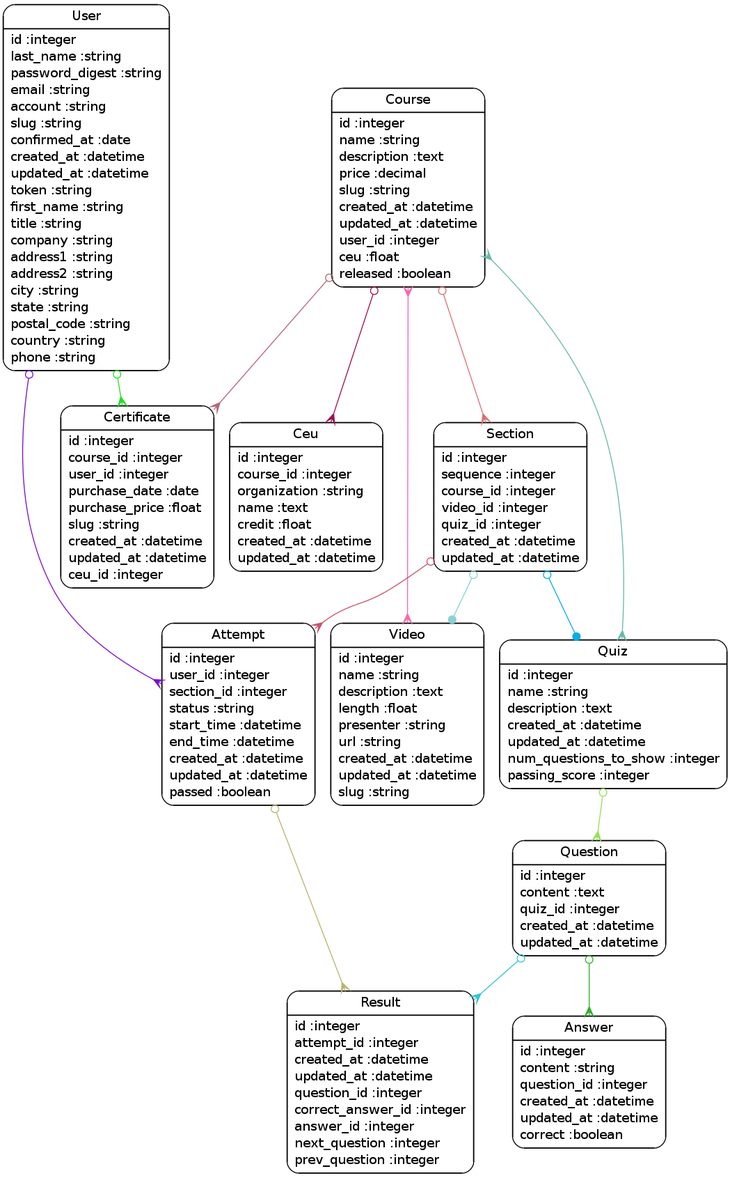
jwncoexists/strategicHR keeps this Graphviz diagram as doc/models.png. Above is the earlier version. Its source is kept beside it as doc/models.dot.
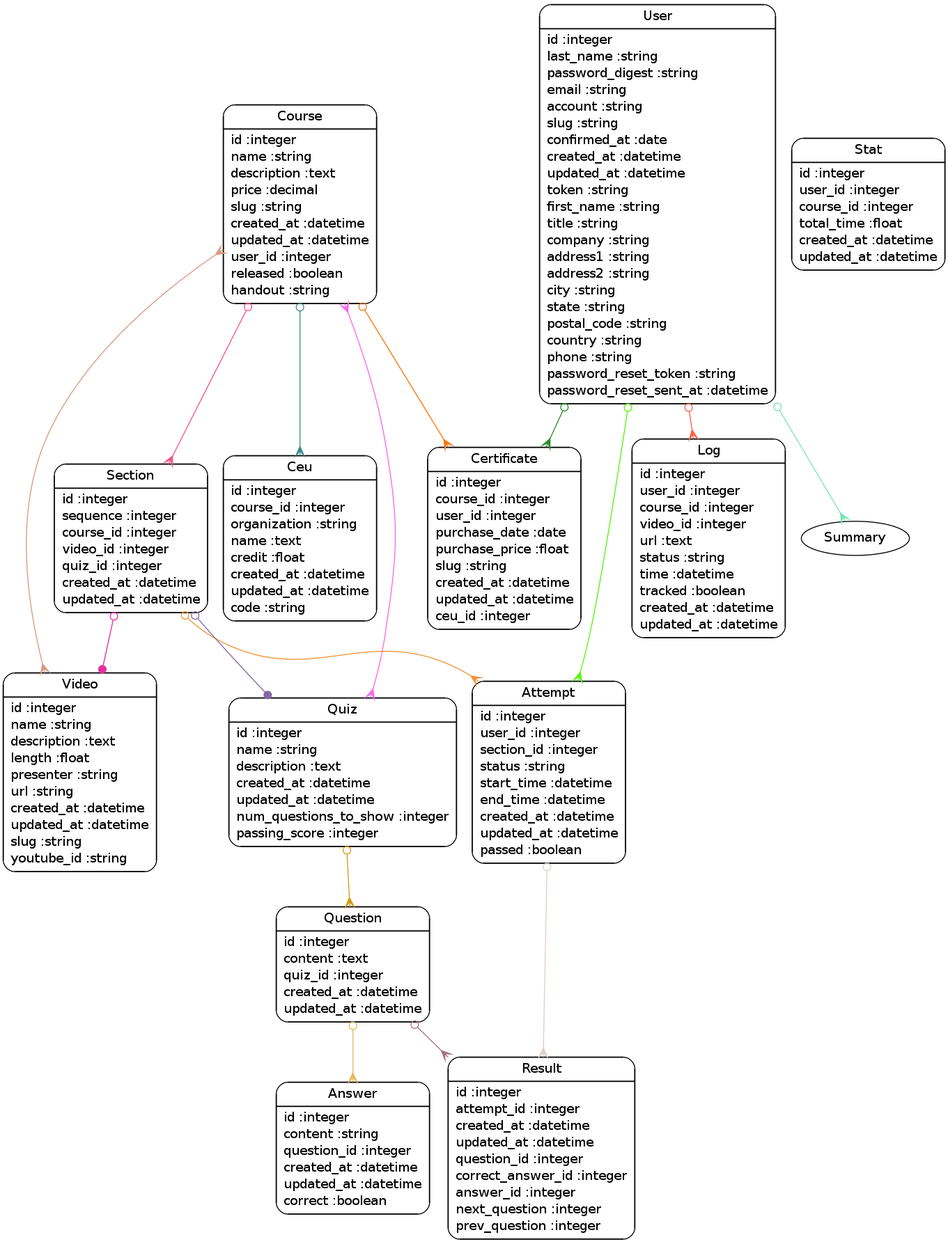
After the commit.

The edit, as a diff of the source:
```diff
@@ -3,26 +3,30 @@
 	"Answer" [shape=Mrecord, label="{Answer|id :integer\lcontent :string\lquestion_id :integer\lcreated_at :datetime\lupdated_at :datetime\lcorrect :boolean\l}"]
 	"Attempt" [shape=Mrecord, label="{Attempt|id :integer\luser_id :integer\lsection_id :integer\lstatus :string\lstart_time :datetime\lend_time :datetime\lcreated_at :datetime\lupdated_at :datetime\lpassed :boolean\l}"]
 	"Certificate" [shape=Mrecord, label="{Certificate|id :integer\lcourse_id :integer\luser_id :integer\lpurchase_date :date\lpurchase_price :float\lslug :string\lcreated_at :datetime\lupdated_at :datetime\lceu_id :integer\l}"]
-	"Ceu" [shape=Mrecord, label="{Ceu|id :integer\lcourse_id :integer\lorganization :string\lname :text\lcredit :float\lcreated_at :datetime\lupdated_at :datetime\l}"]
-	"Course" [shape=Mrecord, label="{Course|id :integer\lname :string\ldescription :text\lprice :decimal\lslug :string\lcreated_at :datetime\lupdated_at :datetime\luser_id :integer\lceu :float\lreleased :boolean\l}"]
+	"Ceu" [shape=Mrecord, label="{Ceu|id :integer\lcourse_id :integer\lorganization :string\lname :text\lcredit :float\lcreated_at :datetime\lupdated_at :datetime\lcode :string\l}"]
+	"Course" [shape=Mrecord, label="{Course|id :integer\lname :string\ldescription :text\lprice :decimal\lslug :string\lcreated_at :datetime\lupdated_at :datetime\luser_id :integer\lreleased :boolean\lhandout :string\l}"]
+	"Log" [shape=Mrecord, label="{Log|id :integer\luser_id :integer\lcourse_id :integer\lvideo_id :integer\lurl :text\lstatus :string\ltime :datetime\ltracked :boolean\lcreated_at :datetime\lupdated_at :datetime\l}"]
 	"Question" [shape=Mrecord, label="{Question|id :integer\lcontent :text\lquiz_id :integer\lcreated_at :datetime\lupdated_at :datetime\l}"]
 	"Quiz" [shape=Mrecord, label="{Quiz|id :integer\lname :string\ldescription :text\lcreated_at :datetime\lupdated_at :datetime\lnum_questions_to_show :integer\lpassing_score :integer\l}"]
 	"Result" [shape=Mrecord, label="{Result|id :integer\lattempt_id :integer\lcreated_at :datetime\lupdated_at :datetime\lquestion_id :integer\lcorrect_answer_id :integer\lanswer_id :integer\lnext_question :integer\lprev_question :integer\l}"]
 	"Section" [shape=Mrecord, label="{Section|id :integer\lsequence :integer\lcourse_id :integer\lvideo_id :integer\lquiz_id :integer\lcreated_at :datetime\lupdated_at :datetime\l}"]
-	"User" [shape=Mrecord, label="{User|id :integer\llast_name :string\lpassword_digest :string\lemail :string\laccount :string\lslug :string\lconfirmed_at :date\lcreated_at :datetime\lupdated_at :datetime\ltoken :string\lfirst_name :string\ltitle :string\lcompany :string\laddress1 :string\laddress2 :string\lcity :string\lstate :string\lpostal_code :string\lcountry :string\lphone :string\l}"]
-	"Video" [shape=Mrecord, label="{Video|id :integer\lname :string\ldescription :text\llength :float\lpresenter :string\lurl :string\lcreated_at :datetime\lupdated_at :datetime\lslug :string\l}"]
-	"Attempt" -> "Result" [arrowtail=odot, arrowhead=crow, dir=both color="#BCB371"]
-	"Course" -> "Section" [arrowtail=odot, arrowhead=crow, dir=both color="#DA7072"]
-	"Course" -> "Video" [arrowtail=crow, arrowhead=crow, dir=both color="#FC67A9"]
-	"Course" -> "Quiz" [arrowtail=crow, arrowhead=crow, dir=both color="#69B9AA"]
-	"Course" -> "Certificate" [arrowtail=odot, arrowhead=crow, dir=both color="#B66779"]
-	"Course" -> "Ceu" [arrowtail=odot, arrowhead=crow, dir=both color="#9E1155"]
-	"Question" -> "Answer" [arrowtail=odot, arrowhead=crow, dir=both color="#32AF28"]
-	"Question" -> "Result" [arrowtail=odot, arrowhead=crow, dir=both color="#31C5D2"]
-	"Quiz" -> "Question" [arrowtail=odot, arrowhead=crow, dir=both color="#99DE58"]
-	"Section" -> "Video" [arrowtail=odot, arrowhead=dot, dir=both color="#89D1D2"]
-	"Section" -> "Quiz" [arrowtail=odot, arrowhead=dot, dir=both color="#04AEE5"]
-	"Section" -> "Attempt" [arrowtail=odot, arrowhead=crow, dir=both color="#CA5269"]
-	"User" -> "Certificate" [arrowtail=odot, arrowhead=crow, dir=both color="#26DD29"]
-	"User" -> "Attempt" [arrowtail=odot, arrowhead=crow, dir=both color="#7D0ECC"]
+	"Stat" [shape=Mrecord, label="{Stat|id :integer\luser_id :integer\lcourse_id :integer\ltotal_time :float\lcreated_at :datetime\lupdated_at :datetime\l}"]
+	"User" [shape=Mrecord, label="{User|id :integer\llast_name :string\lpassword_digest :string\lemail :string\laccount :string\lslug :string\lconfirmed_at :date\lcreated_at :datetime\lupdated_at :datetime\ltoken :string\lfirst_name :string\ltitle :string\lcompany :string\laddress1 :string\laddress2 :string\lcity :string\lstate :string\lpostal_code :string\lcountry :string\lphone :string\lpassword_reset_token :string\lpassword_reset_sent_at :datetime\l}"]
+	"Video" [shape=Mrecord, label="{Video|id :integer\lname :string\ldescription :text\llength :float\lpresenter :string\lurl :string\lcreated_at :datetime\lupdated_at :datetime\lslug :string\lyoutube_id :string\l}"]
+	"Attempt" -> "Result" [arrowtail=odot, arrowhead=crow, dir=both color="#E1CEC5"]
+	"Course" -> "Section" [arrowtail=odot, arrowhead=crow, dir=both color="#F45584"]
+	"Course" -> "Video" [arrowtail=crow, arrowhead=crow, dir=both color="#DA9881"]
+	"Course" -> "Quiz" [arrowtail=crow, arrowhead=crow, dir=both color="#F768ED"]
+	"Course" -> "Certificate" [arrowtail=odot, arrowhead=crow, dir=both color="#FB760F"]
+	"Course" -> "Ceu" [arrowtail=odot, arrowhead=crow, dir=both color="#3F8B8B"]
+	"Question" -> "Answer" [arrowtail=odot, arrowhead=crow, dir=both color="#E5B660"]
+	"Question" -> "Result" [arrowtail=odot, arrowhead=crow, dir=both color="#A5747D"]
+	"Quiz" -> "Question" [arrowtail=odot, arrowhead=crow, dir=both color="#D69C0F"]
+	"Section" -> "Video" [arrowtail=odot, arrowhead=dot, dir=both color="#E82E9E"]
+	"Section" -> "Quiz" [arrowtail=odot, arrowhead=dot, dir=both color="#8565A6"]
+	"Section" -> "Attempt" [arrowtail=odot, arrowhead=crow, dir=both color="#EF9434"]
+	"User" -> "Certificate" [arrowtail=odot, arrowhead=crow, dir=both color="#268F26"]
+	"User" -> "Attempt" [arrowtail=odot, arrowhead=crow, dir=both color="#57F40B"]
+	"User" -> "Log" [arrowtail=odot, arrowhead=crow, dir=both color="#F96348"]
+	"User" -> "Summary" [arrowtail=odot, arrowhead=crow, dir=both color="#79E5B2"]
 }
```
